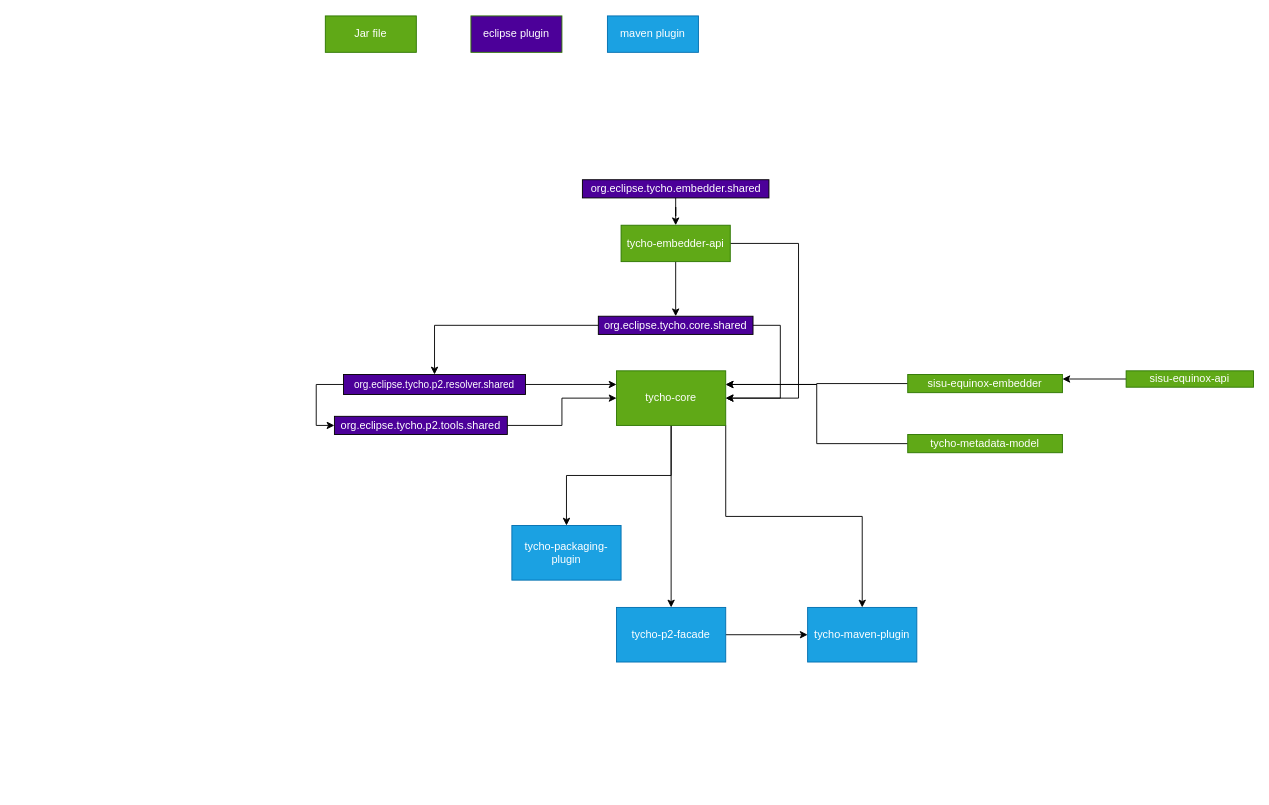
This is page "Page-1" (1 of 2) of tycho/tycho-dependencies.drawio from bixiyan/designfiles, a draw.io file, before an edit. Source tidied: cells renumbered, new cells numbered last; positions are measured from the earlier drawing's top-left corner, leaving out a move shared by most shapes. Both pictures are drawn from the tidied source at 91%, with x=0, y=0 at pixel (325, 15).
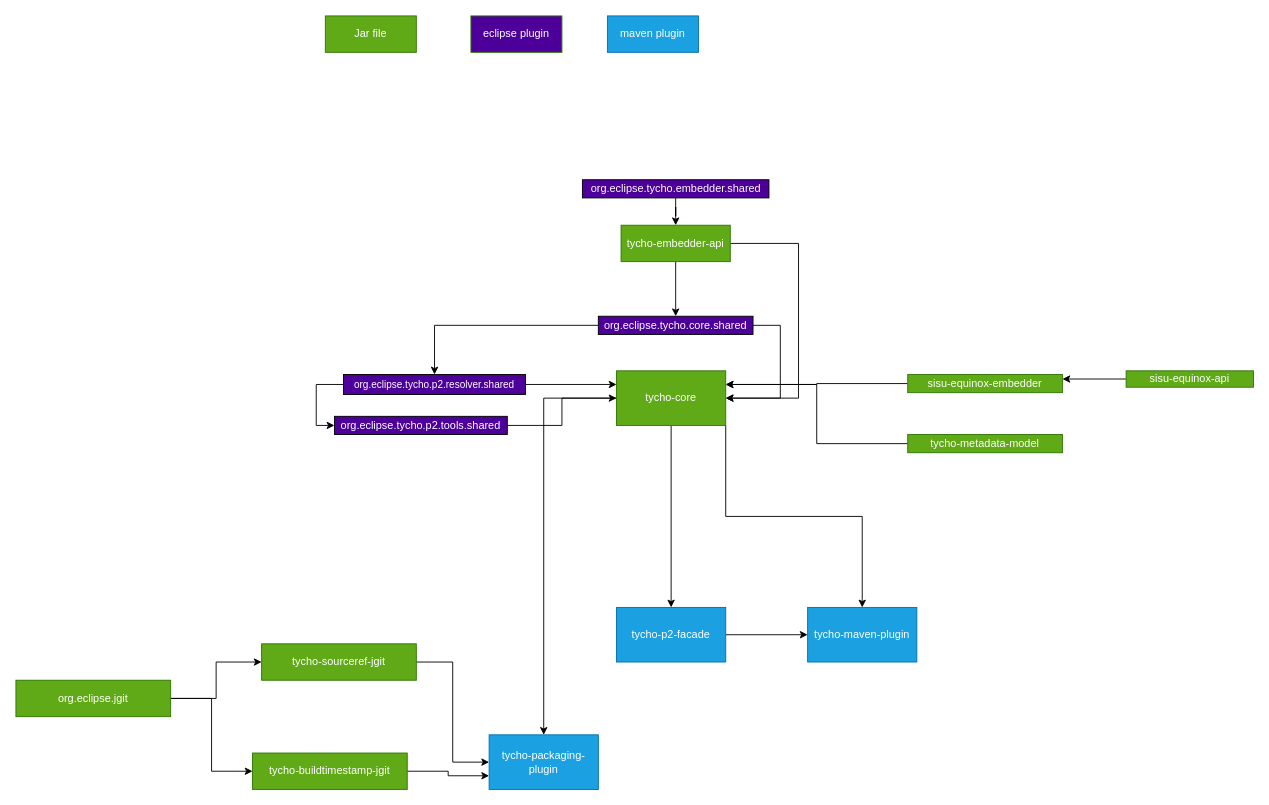
After the change.

Diff of the diagram source:
```diff
@@
     <mxCell id="2" value="tycho-packaging-plugin" style="rounded=0;whiteSpace=wrap;html=1;fillColor=#1ba1e2;strokeColor=#006EAF;fontColor=#ffffff;" parent="1" vertex="1">
-      <mxGeometry x="205" y="560" width="120" height="60" as="geometry" />
+      <mxGeometry x="180" y="790" width="120" height="60" as="geometry" />
     </mxCell>
@@
+    <mxCell id="32" style="edgeStyle=orthogonalEdgeStyle;rounded=0;jettySize=auto;html=1;entryX=0;entryY=0.5;entryDx=0;entryDy=0;" parent="1" edge="1" source="33" target="2">
+      <mxGeometry relative="1" as="geometry" />
+    </mxCell>
+    <mxCell id="33" value="tycho-sourceref-jgit" style="rounded=0;whiteSpace=wrap;html=1;fillColor=#60a917;strokeColor=#2D7600;fontColor=#ffffff;" parent="1" vertex="1">
+      <mxGeometry x="-70" y="690" width="170" height="40" as="geometry" />
+    </mxCell>
+    <mxCell id="34" style="edgeStyle=orthogonalEdgeStyle;rounded=0;jettySize=auto;html=1;" parent="1" edge="1" source="36" target="33">
+      <mxGeometry relative="1" as="geometry" />
+    </mxCell>
+    <mxCell id="35" style="edgeStyle=orthogonalEdgeStyle;rounded=0;jettySize=auto;html=1;entryX=0;entryY=0.5;entryDx=0;entryDy=0;" parent="1" edge="1" source="36" target="38">
+      <mxGeometry relative="1" as="geometry" />
+    </mxCell>
+    <mxCell id="36" value="org.eclipse.jgit" style="rounded=0;whiteSpace=wrap;html=1;fillColor=#60a917;strokeColor=#2D7600;fontColor=#ffffff;" parent="1" vertex="1">
+      <mxGeometry x="-340" y="730" width="170" height="40" as="geometry" />
+    </mxCell>
+    <mxCell id="37" style="edgeStyle=orthogonalEdgeStyle;rounded=0;jettySize=auto;html=1;entryX=0;entryY=0.75;entryDx=0;entryDy=0;" parent="1" edge="1" source="38" target="2">
+      <mxGeometry relative="1" as="geometry" />
+    </mxCell>
+    <mxCell id="38" value="tycho-buildtimestamp-jgit" style="rounded=0;whiteSpace=wrap;html=1;fillColor=#60a917;strokeColor=#2D7600;fontColor=#ffffff;" parent="1" vertex="1">
+      <mxGeometry x="-80" y="810" width="170" height="40" as="geometry" />
+    </mxCell>
```
